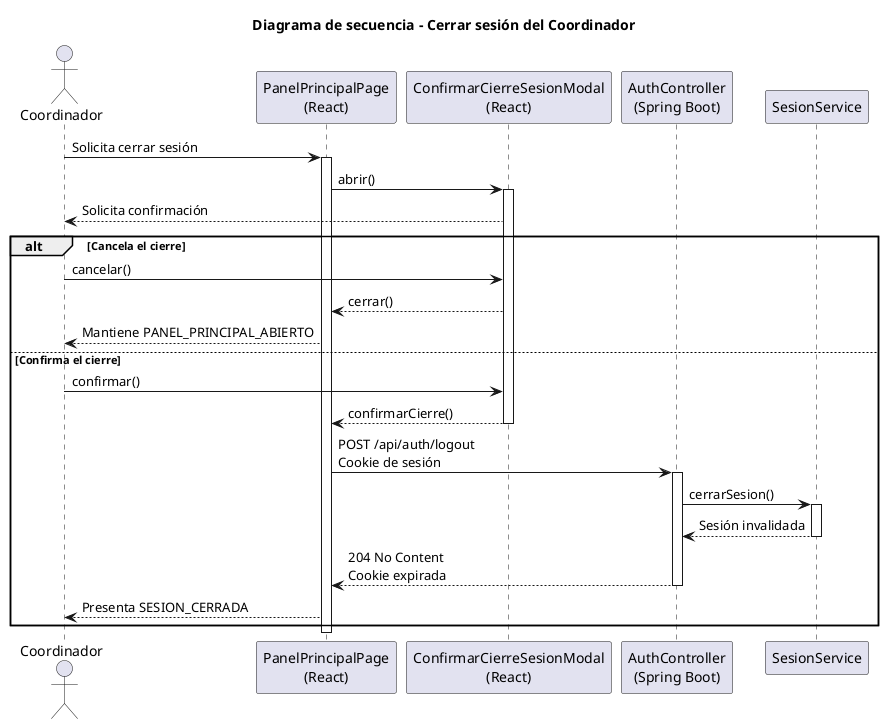
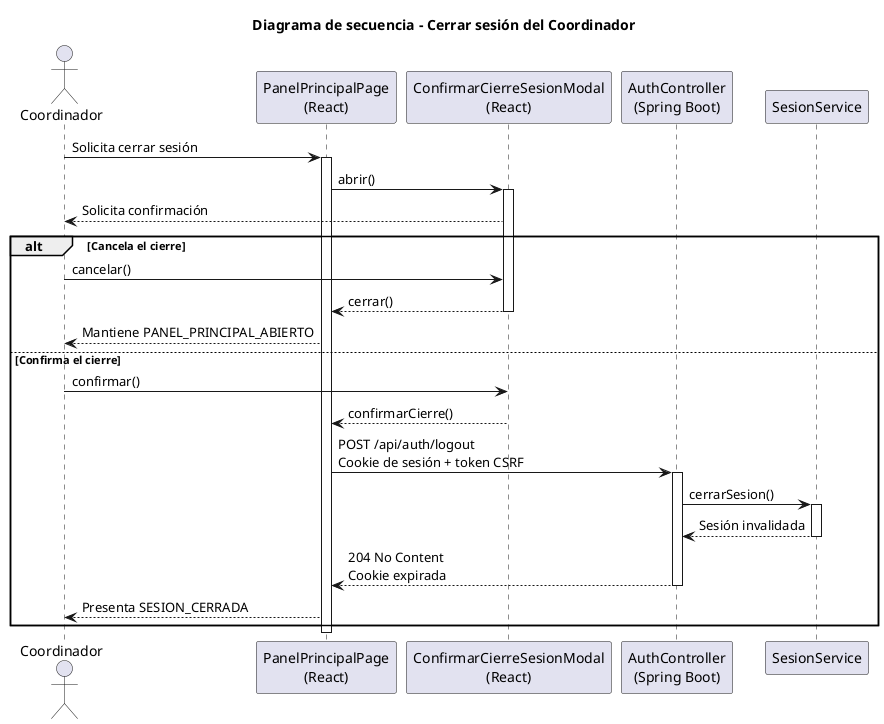
@startuml cerrarSesion-coordinador-diseño
title Diagrama de secuencia - Cerrar sesión del Coordinador

actor Coordinador
participant "PanelPrincipalPage\n(React)" as Frontend
participant "ConfirmarCierreSesionModal\n(React)" as Modal
participant "AuthController\n(Spring Boot)" as Api
participant "SesionService" as Sesion

Coordinador -> Frontend: Solicita cerrar sesión
activate Frontend
Frontend -> Modal: abrir()
activate Modal
Modal --> Coordinador: Solicita confirmación

alt Cancela el cierre
    Coordinador -> Modal: cancelar()
    Modal --> Frontend: cerrar()
+     deactivate Modal
    Frontend --> Coordinador: Mantiene PANEL_PRINCIPAL_ABIERTO
else Confirma el cierre
    Coordinador -> Modal: confirmar()
    Modal --> Frontend: confirmarCierre()
    deactivate Modal
-     Frontend -> Api: POST /api/auth/logout\nCookie de sesión
+     Frontend -> Api: POST /api/auth/logout\nCookie de sesión + token CSRF
    activate Api
    Api -> Sesion: cerrarSesion()
    activate Sesion
    Sesion --> Api: Sesión invalidada
    deactivate Sesion
    Api --> Frontend: 204 No Content\nCookie expirada
    deactivate Api
    Frontend --> Coordinador: Presenta SESION_CERRADA
end
deactivate Frontend

@enduml
- 
